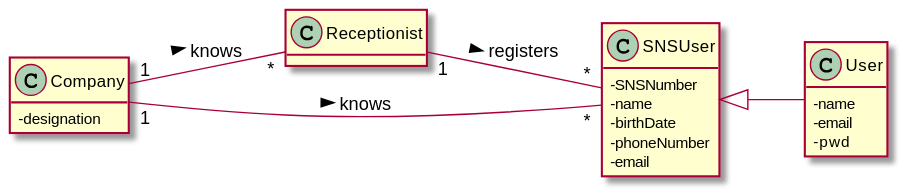
Before: docs/SprintB/US03/DM/US03_DM.svg, a diagram exported from PlantUML (miseEnPlace-i/lapr2).
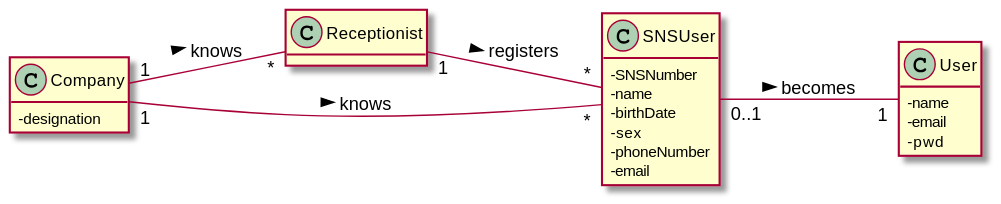
Later version of the same file.

Diff of the diagram source:
```diff
@@ -10,6 +10,7 @@
   - SNSNumber
   - name
   - birthDate
+  - sex
   - phoneNumber
   - email
 }
@@ -27,6 +28,6 @@
 Receptionist "1" -- "*" SNSUser : registers >
 Company "1" -- "*" Receptionist : knows >
 Company "1" -- "*" SNSUser : knows >
-SNSUser <|-- User
+SNSUser "0..1" -- "1" User : becomes >
 
 @enduml
```
